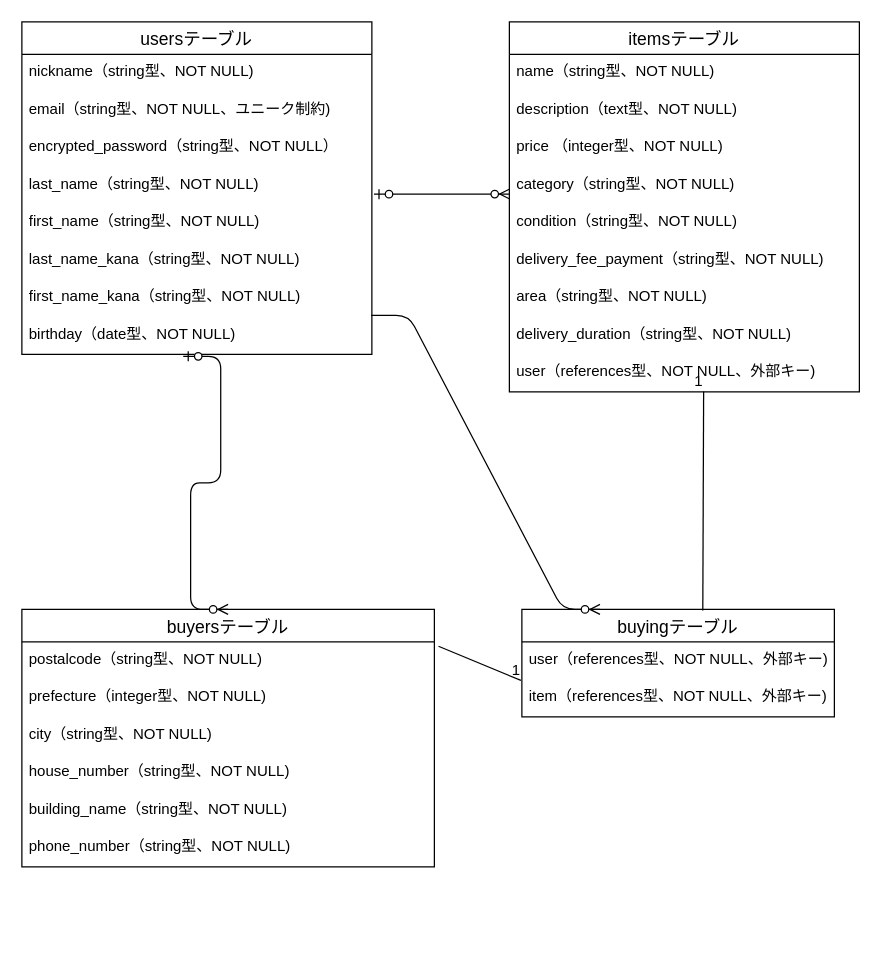
The draw.io diagram furima.dio in t-fukaishi/furima-40017, before the edit. Source tidied: cells renumbered, new cells numbered last; positions are measured from the earlier drawing's top-left corner, leaving out a move shared by most shapes. Both pictures are drawn from the tidied source at 125%, with x=0, y=0 at pixel (21, 21).
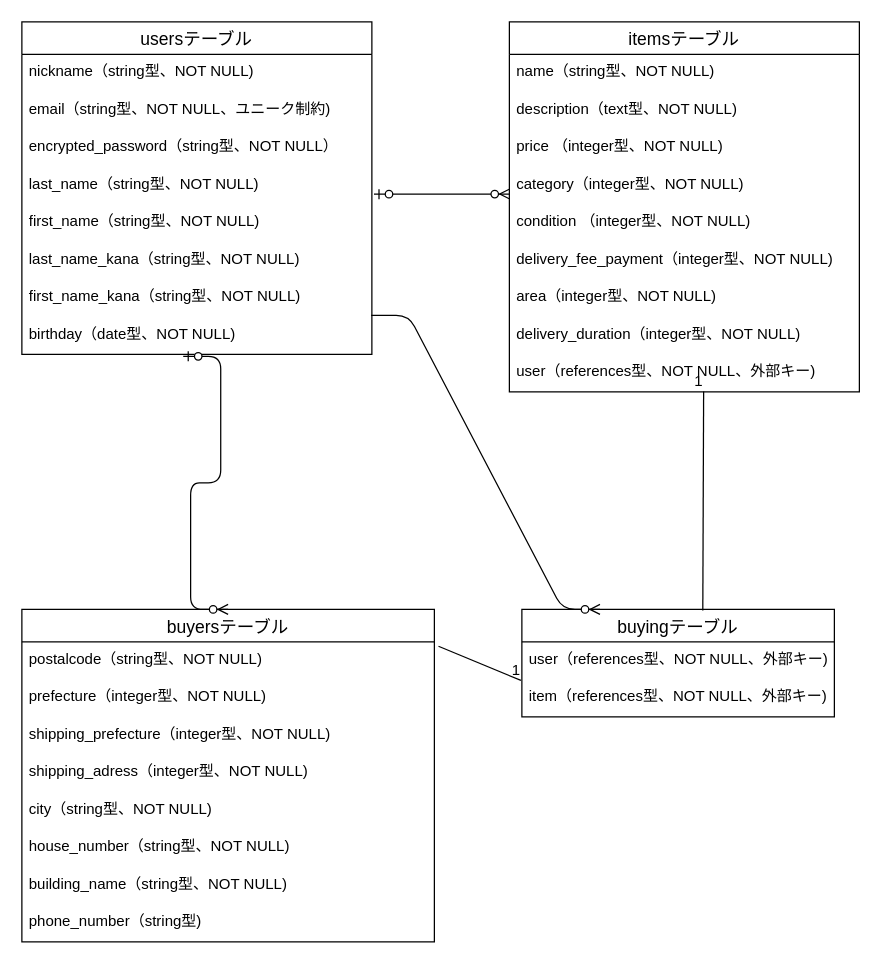
The same page after the edit.

The change refers to these unchanged cells:
```xml
<mxCell id="11" value="itemsテーブル" style="swimlane;fontStyle=0;horizontal=1;startSize=26;align=center;fontSize=14;" parent="1" vertex="1">
  <mxGeometry x="390" width="280" height="296" as="geometry" />
</mxCell>
```

Change to the diagram source:
```diff
@@
-    <mxCell id="15" value="category（string型、NOT NULL)" style="text;strokeColor=none;fillColor=none;spacingLeft=4;spacingRight=4;overflow=hidden;points=[[0,0.5],[1,0.5]];portConstraint=eastwest;fontSize=12;" parent="11" vertex="1">
+    <mxCell id="15" value="category（integer型、NOT NULL)" style="text;strokeColor=none;fillColor=none;spacingLeft=4;spacingRight=4;overflow=hidden;points=[[0,0.5],[1,0.5]];portConstraint=eastwest;fontSize=12;" parent="11" vertex="1">
       <mxGeometry y="116" width="280" height="30" as="geometry" />
     </mxCell>
-    <mxCell id="16" value="condition（string型、NOT NULL)" style="text;strokeColor=none;fillColor=none;spacingLeft=4;spacingRight=4;overflow=hidden;fontSize=12;" parent="11" vertex="1">
+    <mxCell id="16" value="condition （integer型、NOT NULL)" style="text;strokeColor=none;fillColor=none;spacingLeft=4;spacingRight=4;overflow=hidden;fontSize=12;" parent="11" vertex="1">
       <mxGeometry y="146" width="280" height="30" as="geometry" />
     </mxCell>
-    <mxCell id="17" value="delivery_fee_payment（string型、NOT NULL)" style="text;strokeColor=none;fillColor=none;spacingLeft=4;spacingRight=4;overflow=hidden;fontSize=12;" parent="11" vertex="1">
+    <mxCell id="17" value="delivery_fee_payment（integer型、NOT NULL)" style="text;strokeColor=none;fillColor=none;spacingLeft=4;spacingRight=4;overflow=hidden;fontSize=12;" parent="11" vertex="1">
       <mxGeometry y="176" width="280" height="30" as="geometry" />
     </mxCell>
-    <mxCell id="18" value="area（string型、NOT NULL)" style="text;strokeColor=none;fillColor=none;spacingLeft=4;spacingRight=4;overflow=hidden;fontSize=12;" parent="11" vertex="1">
+    <mxCell id="18" value="area（integer型、NOT NULL)" style="text;strokeColor=none;fillColor=none;spacingLeft=4;spacingRight=4;overflow=hidden;fontSize=12;" parent="11" vertex="1">
       <mxGeometry y="206" width="280" height="30" as="geometry" />
     </mxCell>
-    <mxCell id="19" value="delivery_duration（string型、NOT NULL)" style="text;strokeColor=none;fillColor=none;spacingLeft=4;spacingRight=4;overflow=hidden;fontSize=12;" parent="11" vertex="1">
+    <mxCell id="19" value="delivery_duration（integer型、NOT NULL)" style="text;strokeColor=none;fillColor=none;spacingLeft=4;spacingRight=4;overflow=hidden;fontSize=12;" parent="11" vertex="1">
       <mxGeometry y="236" width="280" height="30" as="geometry" />
     </mxCell>
@@
     <mxCell id="21" value="buyersテーブル" style="swimlane;fontStyle=0;horizontal=1;startSize=26;align=center;fontSize=14;strokeColor=default;fillColor=none;" parent="1" vertex="1">
-      <mxGeometry y="470" width="330" height="206" as="geometry" />
+      <mxGeometry y="470" width="330" height="266" as="geometry" />
     </mxCell>
@@
+    <mxCell id="38" value="shipping_prefecture（integer型、NOT NULL)&#10;" style="text;strokeColor=none;fillColor=none;spacingLeft=4;spacingRight=4;overflow=hidden;fontSize=12;" parent="21" vertex="1">
+      <mxGeometry y="86" width="330" height="30" as="geometry" />
+    </mxCell>
+    <mxCell id="39" value="shipping_adress（integer型、NOT NULL)&#10;" style="text;strokeColor=none;fillColor=none;spacingLeft=4;spacingRight=4;overflow=hidden;fontSize=12;" parent="21" vertex="1">
+      <mxGeometry y="116" width="330" height="30" as="geometry" />
+    </mxCell>
     <mxCell id="24" value="city（string型、NOT NULL)&#10;" style="text;strokeColor=none;fillColor=none;spacingLeft=4;spacingRight=4;overflow=hidden;fontSize=12;" parent="21" vertex="1">
-      <mxGeometry y="86" width="330" height="30" as="geometry" />
+      <mxGeometry y="146" width="330" height="30" as="geometry" />
     </mxCell>
     <mxCell id="25" value="house_number（string型、NOT NULL)&#10;" style="text;strokeColor=none;fillColor=none;spacingLeft=4;spacingRight=4;overflow=hidden;fontSize=12;" parent="21" vertex="1">
-      <mxGeometry y="116" width="330" height="30" as="geometry" />
+      <mxGeometry y="176" width="330" height="30" as="geometry" />
     </mxCell>
     <mxCell id="26" value="building_name（string型、NOT NULL)&#10;" style="text;strokeColor=none;fillColor=none;spacingLeft=4;spacingRight=4;overflow=hidden;fontSize=12;" parent="21" vertex="1">
-      <mxGeometry y="146" width="330" height="30" as="geometry" />
+      <mxGeometry y="206" width="330" height="30" as="geometry" />
     </mxCell>
-    <mxCell id="27" value="phone_number（string型、NOT NULL)&#10;" style="text;strokeColor=none;fillColor=none;spacingLeft=4;spacingRight=4;overflow=hidden;fontSize=12;" parent="21" vertex="1">
-      <mxGeometry y="176" width="330" height="30" as="geometry" />
+    <mxCell id="27" value="phone_number（string型)&#10;" style="text;strokeColor=none;fillColor=none;spacingLeft=4;spacingRight=4;overflow=hidden;fontSize=12;" parent="21" vertex="1">
+      <mxGeometry y="236" width="330" height="30" as="geometry" />
     </mxCell>
```
